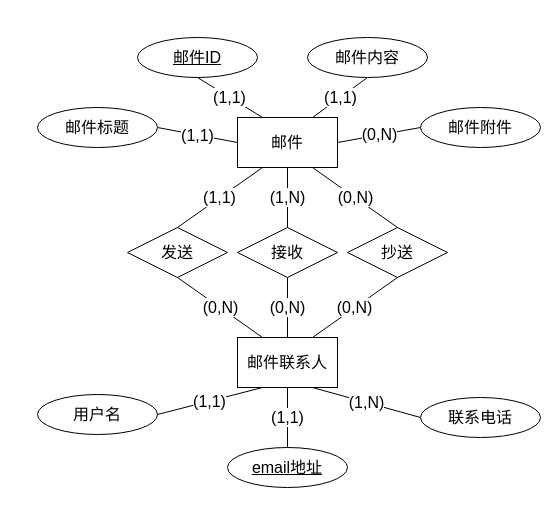
The draw.io diagram page "Email System" (1 of 2) of Untitled Diagram.drawio in Kristoff-starling/ERDiagrams, before the edit. Source tidied: cells renumbered, new cells numbered last; positions are measured from the earlier drawing's top-left corner, leaving out a move shared by most shapes. Both pictures are drawn from the tidied source at 100%, with x=0, y=0 at pixel (37, 37).
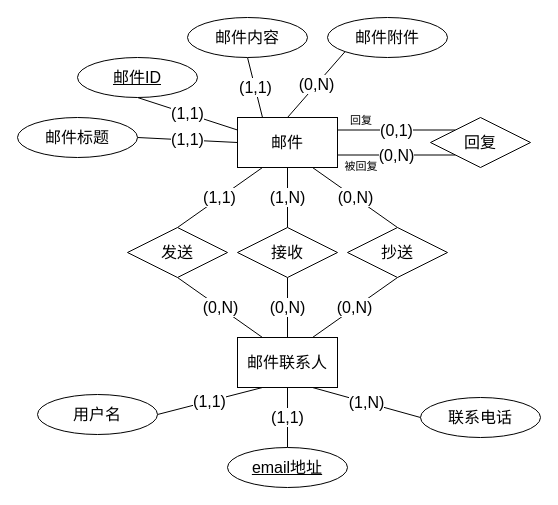
The same page after the edit.

Unchanged cells that the change refers to:
```xml
<mxCell id="12" value="邮件" style="rounded=0;whiteSpace=wrap;html=1;fontSize=16;" parent="1" vertex="1">
  <mxGeometry x="200" y="80" width="100" height="50" as="geometry" />
</mxCell>
```

Change to the diagram source:
```diff
@@
+    <mxCell id="27" value="(0,1)" style="edgeStyle=none;shape=connector;rounded=0;jettySize=auto;html=1;exitX=1;exitY=0.25;exitDx=0;exitDy=0;entryX=0;entryY=0;entryDx=0;entryDy=0;labelBackgroundColor=default;strokeColor=default;fontFamily=Helvetica;fontSize=16;fontColor=default;endArrow=none;endFill=0;" parent="1" edge="1" source="12" target="29">
+      <mxGeometry relative="1" as="geometry" />
+    </mxCell>
+    <mxCell id="28" value="(0,N)" style="edgeStyle=none;shape=connector;rounded=0;jettySize=auto;html=1;exitX=1;exitY=0.75;exitDx=0;exitDy=0;entryX=0;entryY=1;entryDx=0;entryDy=0;labelBackgroundColor=default;strokeColor=default;fontFamily=Helvetica;fontSize=16;fontColor=default;endArrow=none;endFill=0;" parent="1" edge="1" source="12" target="29">
+      <mxGeometry relative="1" as="geometry" />
+    </mxCell>
@@
     <mxCell id="14" value="邮件标题" style="ellipse;whiteSpace=wrap;html=1;fontSize=16;" parent="1" vertex="1">
-      <mxGeometry y="70" width="120" height="40" as="geometry" />
+      <mxGeometry x="-20" y="80" width="120" height="40" as="geometry" />
     </mxCell>
-    <mxCell id="15" value="(1,1)" style="edgeStyle=none;rounded=0;jettySize=auto;html=1;exitX=0.5;exitY=1;exitDx=0;exitDy=0;entryX=0.25;entryY=0;entryDx=0;entryDy=0;strokeColor=default;fontSize=16;endArrow=none;endFill=0;fillColor=none;" parent="1" edge="1" source="16" target="12">
+    <mxCell id="15" value="(1,1)" style="edgeStyle=none;rounded=0;jettySize=auto;html=1;exitX=0.5;exitY=1;exitDx=0;exitDy=0;entryX=0;entryY=0.25;entryDx=0;entryDy=0;strokeColor=default;fontSize=16;endArrow=none;endFill=0;fillColor=none;" parent="1" edge="1" source="16" target="12">
       <mxGeometry relative="1" as="geometry" />
     </mxCell>
     <mxCell id="16" value="&lt;u&gt;邮件ID&lt;/u&gt;" style="ellipse;whiteSpace=wrap;html=1;fontSize=16;" parent="1" vertex="1">
-      <mxGeometry x="100" width="120" height="40" as="geometry" />
+      <mxGeometry x="40" y="20" width="120" height="40" as="geometry" />
     </mxCell>
-    <mxCell id="17" value="(1,1)" style="edgeStyle=none;rounded=0;jettySize=auto;html=1;exitX=0.5;exitY=1;exitDx=0;exitDy=0;entryX=0.75;entryY=0;entryDx=0;entryDy=0;strokeColor=default;fontSize=16;endArrow=none;endFill=0;fillColor=none;" parent="1" edge="1" source="18" target="12">
+    <mxCell id="17" value="(1,1)" style="edgeStyle=none;rounded=0;jettySize=auto;html=1;exitX=0.5;exitY=1;exitDx=0;exitDy=0;entryX=0.25;entryY=0;entryDx=0;entryDy=0;strokeColor=default;fontSize=16;endArrow=none;endFill=0;fillColor=none;" parent="1" edge="1" source="18" target="12">
       <mxGeometry relative="1" as="geometry" />
     </mxCell>
     <mxCell id="18" value="邮件内容" style="ellipse;whiteSpace=wrap;html=1;fontSize=16;" parent="1" vertex="1">
-      <mxGeometry x="270" width="120" height="40" as="geometry" />
+      <mxGeometry x="150" y="-20" width="120" height="40" as="geometry" />
     </mxCell>
-    <mxCell id="19" value="(0,N)" style="edgeStyle=none;rounded=0;jettySize=auto;html=1;exitX=0;exitY=0.5;exitDx=0;exitDy=0;entryX=1;entryY=0.5;entryDx=0;entryDy=0;strokeColor=default;fontSize=16;endArrow=none;endFill=0;fillColor=none;" parent="1" edge="1" source="20" target="12">
+    <mxCell id="19" value="(0,N)" style="edgeStyle=none;rounded=0;jettySize=auto;html=1;exitX=0;exitY=1;exitDx=0;exitDy=0;entryX=0.5;entryY=0;entryDx=0;entryDy=0;strokeColor=default;fontSize=16;endArrow=none;endFill=0;fillColor=none;" parent="1" edge="1" source="20" target="12">
       <mxGeometry relative="1" as="geometry" />
     </mxCell>
     <mxCell id="20" value="邮件附件" style="ellipse;whiteSpace=wrap;html=1;fontSize=16;" parent="1" vertex="1">
-      <mxGeometry x="383" y="70" width="120" height="40" as="geometry" />
+      <mxGeometry x="290" y="-20" width="120" height="40" as="geometry" />
     </mxCell>
@@
+    <mxCell id="29" value="&lt;span style=&quot;font-size: 16px;&quot;&gt;回复&lt;/span&gt;" style="rhombus;whiteSpace=wrap;html=1;" parent="1" vertex="1">
+      <mxGeometry x="393" y="80" width="100" height="50" as="geometry" />
+    </mxCell>
+    <mxCell id="30" value="&lt;font style=&quot;font-size: 11px;&quot;&gt;回复&lt;/font&gt;" style="text;html=1;strokeColor=none;fillColor=none;align=center;verticalAlign=middle;whiteSpace=wrap;rounded=0;fontFamily=Helvetica;fontSize=16;fontColor=default;" parent="1" vertex="1">
+      <mxGeometry x="294" y="66" width="60" height="30" as="geometry" />
+    </mxCell>
+    <mxCell id="31" value="&lt;font style=&quot;font-size: 11px;&quot;&gt;被回复&lt;/font&gt;" style="text;html=1;strokeColor=none;fillColor=none;align=center;verticalAlign=middle;whiteSpace=wrap;rounded=0;fontFamily=Helvetica;fontSize=16;fontColor=default;" parent="1" vertex="1">
+      <mxGeometry x="294" y="112" width="60" height="30" as="geometry" />
+    </mxCell>
```
